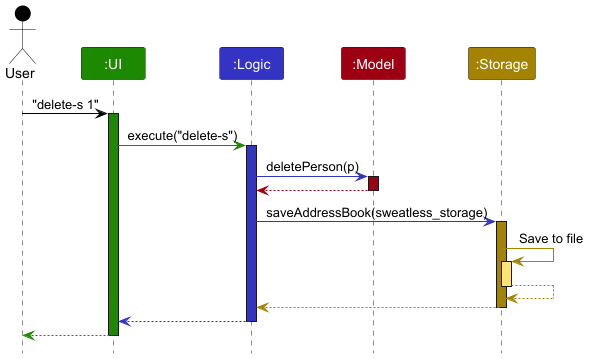
Above: docs/images/ArchitectureSequenceDiagram.png in ziheng119/tp (PlantUML), before the change.
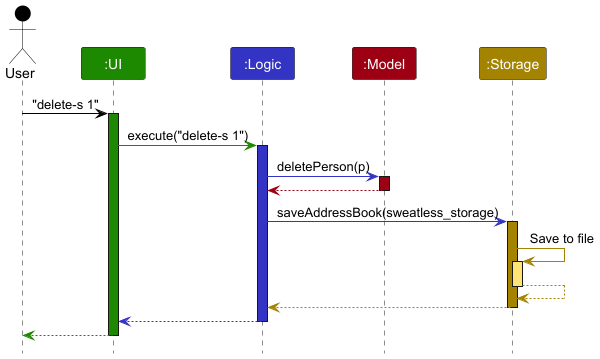
Later version of the same file.

Change to the diagram source:
```diff
@@ -11,7 +11,7 @@
 user -[USER_COLOR]> ui : "delete-s 1"
 activate ui UI_COLOR
 
-ui -[UI_COLOR]> logic : execute("delete-s")
+ui -[UI_COLOR]> logic : execute("delete-s 1")
 activate logic LOGIC_COLOR
 
 logic -[LOGIC_COLOR]> model : deletePerson(p)
```
